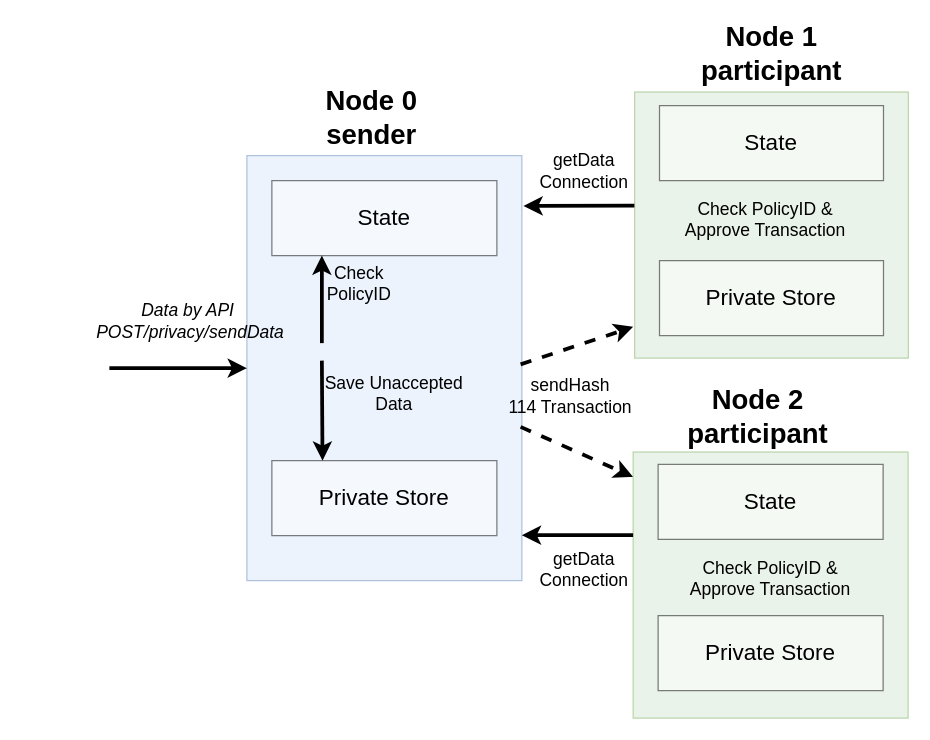
Before: how-to-use/img/DataTransferPrivasy.drawio in mtfj/we-docs-ru, a draw.io diagram. Source tidied: cells renumbered, new cells numbered last; positions are measured from the earlier drawing's top-left corner, leaving out a move shared by most shapes. Both pictures are drawn from the tidied source at 125%, with x=0, y=0 at pixel (21, 31).
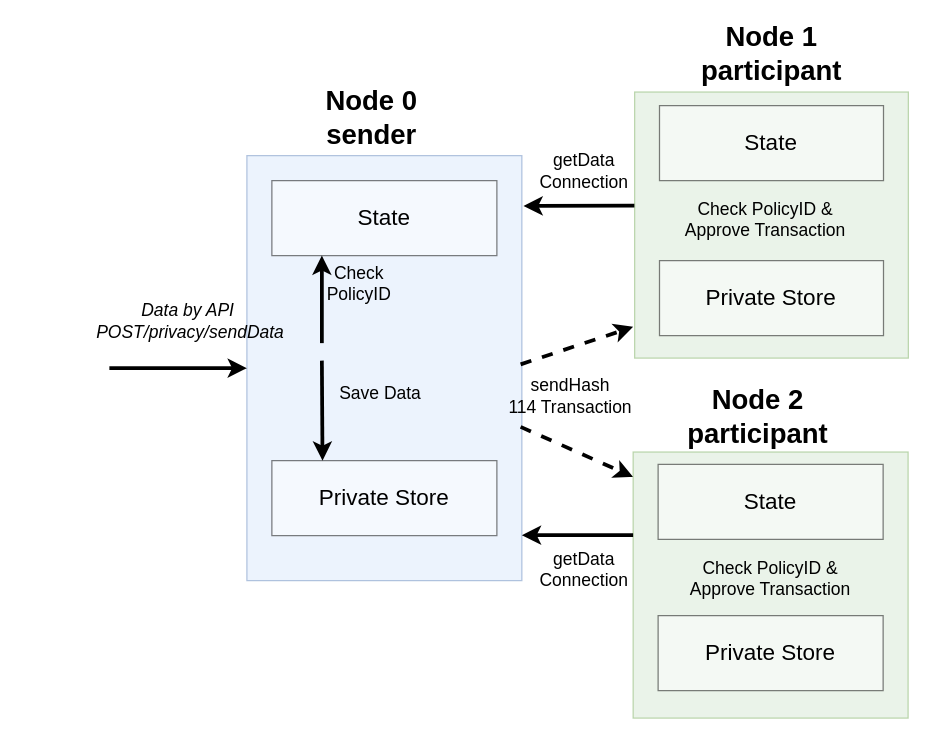
The same page after the edit.

The change refers to these unchanged cells:
```xml
<mxCell id="3" style="group;" parent="2" vertex="1">
  <mxGeometry x="110" y="59" width="220" height="380" as="geometry" />
</mxCell>
```

Change to the diagram source:
```diff
@@
-    <mxCell id="12" value="Save Unaccepted Data" style="text;html=1;strokeColor=none;fillColor=none;align=center;verticalAlign=middle;whiteSpace=wrap;rounded=0;fontSize=14;opacity=50;" parent="3" vertex="1">
-      <mxGeometry x="53" y="210" width="130" height="40" as="geometry" />
+    <mxCell id="12" value="Save Data" style="text;html=1;strokeColor=none;fillColor=none;align=center;verticalAlign=middle;whiteSpace=wrap;rounded=0;fontSize=14;opacity=50;" parent="3" vertex="1">
+      <mxGeometry x="42" y="210" width="130" height="40" as="geometry" />
     </mxCell>
```
